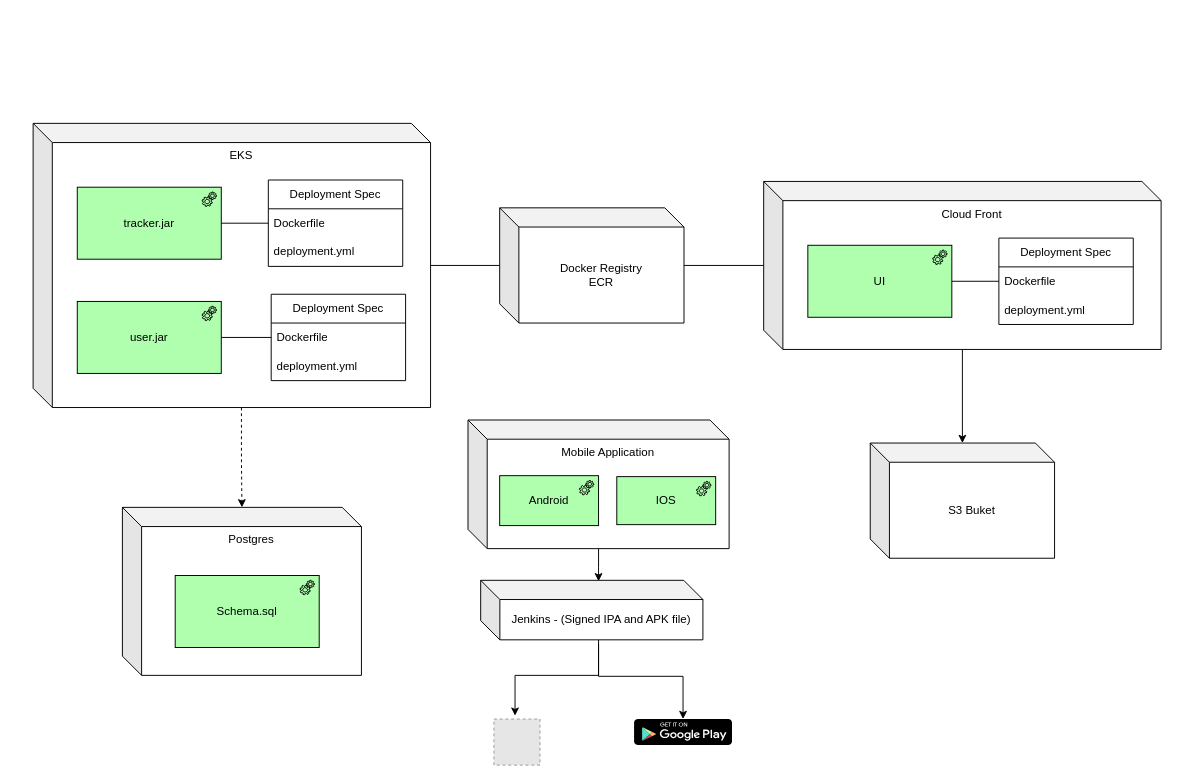
This is page "deployment.app" (2 of 32) of architecture/vote-system/diagrams/overall.architecture.drawio from codegik/team-red, a draw.io file, before an edit. Source tidied: cells renumbered, new cells numbered last; positions are measured from the earlier drawing's top-left corner, leaving out a move shared by most shapes. Both pictures are drawn from the tidied source at 96%, with x=0, y=0 at pixel (33, 123). Pictures stored in the file or linked from it are replaced by grey dashed boxes.
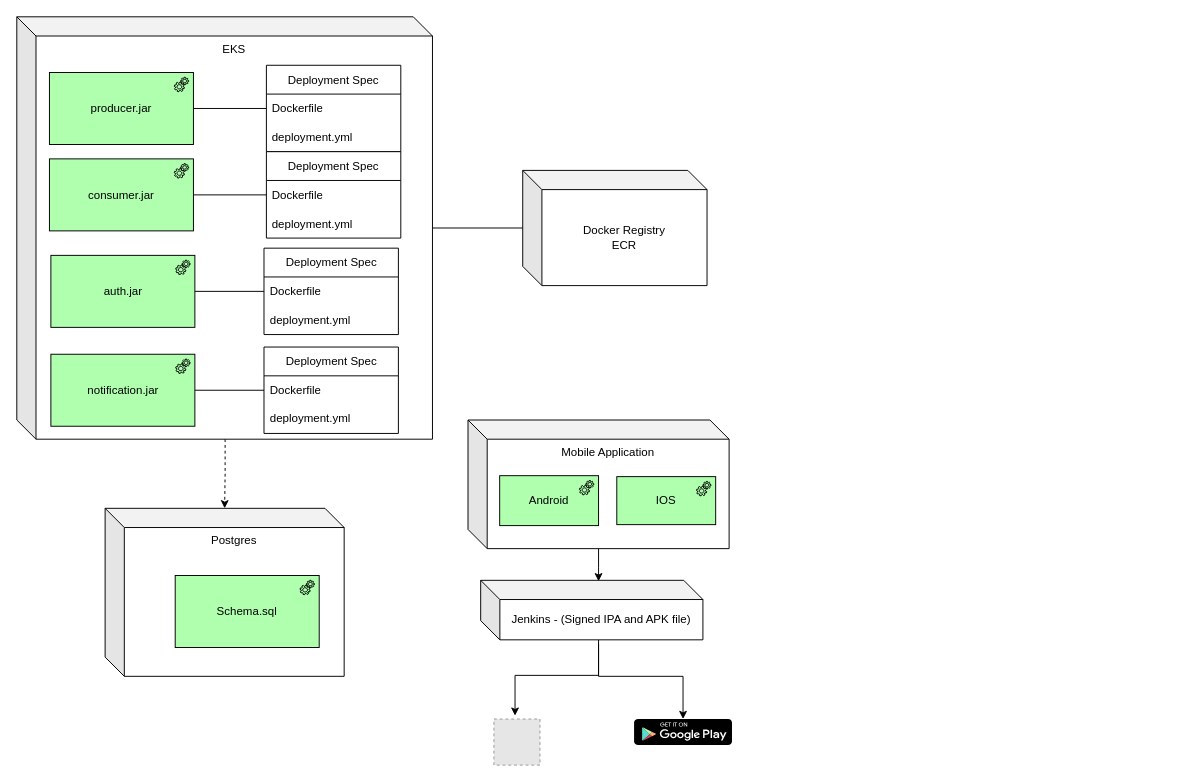
After the change.

Diff of the diagram source:
```diff
@@
     <mxCell id="3" value="EKS" style="shape=cube;whiteSpace=wrap;html=1;boundedLbl=1;backgroundOutline=1;darkOpacity=0.05;darkOpacity2=0.1;verticalAlign=top;" parent="1" vertex="1">
-      <mxGeometry width="414" height="296" as="geometry" />
+      <mxGeometry x="-17" y="-111" width="433" height="440" as="geometry" />
     </mxCell>
-    <mxCell id="4" value="tracker.jar" style="html=1;outlineConnect=0;whiteSpace=wrap;fillColor=#AFFFAF;shape=mxgraph.archimate3.application;appType=equipment;archiType=square;" parent="1" vertex="1">
-      <mxGeometry x="46" y="66.5" width="150" height="75" as="geometry" />
+    <mxCell id="4" value="producer.jar" style="html=1;outlineConnect=0;whiteSpace=wrap;fillColor=#AFFFAF;shape=mxgraph.archimate3.application;appType=equipment;archiType=square;" parent="1" vertex="1">
+      <mxGeometry x="17" y="-53" width="150" height="75" as="geometry" />
     </mxCell>
     <mxCell id="5" value="Deployment Spec" style="swimlane;fontStyle=0;horizontal=1;startSize=30;whiteSpace=wrap;html=1;" parent="1" vertex="1">
-      <mxGeometry x="245" y="59" width="140" height="90" as="geometry" />
+      <mxGeometry x="243" y="-60.5" width="140" height="90" as="geometry" />
     </mxCell>
@@
-    <mxCell id="8" value="user.jar" style="html=1;outlineConnect=0;whiteSpace=wrap;fillColor=#AFFFAF;shape=mxgraph.archimate3.application;appType=equipment;archiType=square;" parent="1" vertex="1">
-      <mxGeometry x="46" y="185.5" width="150" height="75" as="geometry" />
+    <mxCell id="8" value="auth.jar" style="html=1;outlineConnect=0;whiteSpace=wrap;fillColor=#AFFFAF;shape=mxgraph.archimate3.application;appType=equipment;archiType=square;" parent="1" vertex="1">
+      <mxGeometry x="18.5" y="137.5" width="150" height="75" as="geometry" />
     </mxCell>
     <mxCell id="9" value="Docker Registry&lt;br&gt;ECR" style="shape=cube;whiteSpace=wrap;html=1;boundedLbl=1;backgroundOutline=1;darkOpacity=0.05;darkOpacity2=0.1;" parent="1" vertex="1">
-      <mxGeometry x="486" y="88" width="192" height="120" as="geometry" />
+      <mxGeometry x="510" y="49" width="192" height="120" as="geometry" />
     </mxCell>
@@
-    <mxCell id="11" style="edgeStyle=orthogonalEdgeStyle;rounded=0;jettySize=auto;html=1;" parent="1" edge="1" source="12" target="26">
-      <mxGeometry relative="1" as="geometry" />
-    </mxCell>
-    <mxCell id="12" value="Cloud Front" style="shape=cube;whiteSpace=wrap;html=1;boundedLbl=1;backgroundOutline=1;darkOpacity=0.05;darkOpacity2=0.1;verticalAlign=top;" parent="1" vertex="1">
-      <mxGeometry x="761" y="60.5" width="414" height="175" as="geometry" />
-    </mxCell>
-    <mxCell id="13" style="edgeStyle=orthogonalEdgeStyle;rounded=0;jettySize=auto;html=1;endArrow=none;startFill=0;" parent="1" edge="1" source="14" target="15">
-      <mxGeometry relative="1" as="geometry" />
-    </mxCell>
-    <mxCell id="14" value="UI" style="html=1;outlineConnect=0;whiteSpace=wrap;fillColor=#AFFFAF;shape=mxgraph.archimate3.application;appType=equipment;archiType=square;" parent="1" vertex="1">
-      <mxGeometry x="807" y="127" width="150" height="75" as="geometry" />
-    </mxCell>
-    <mxCell id="15" value="Deployment Spec" style="swimlane;fontStyle=0;horizontal=1;startSize=30;whiteSpace=wrap;html=1;" parent="1" vertex="1">
-      <mxGeometry x="1006" y="119.5" width="140" height="90" as="geometry" />
-    </mxCell>
-    <mxCell id="16" value="Dockerfile" style="text;strokeColor=none;fillColor=none;align=left;verticalAlign=middle;spacingLeft=4;spacingRight=4;overflow=hidden;whiteSpace=wrap;html=1;" parent="15" vertex="1">
-      <mxGeometry y="30" width="140" height="30" as="geometry" />
-    </mxCell>
-    <mxCell id="17" value="deployment.yml" style="text;strokeColor=none;fillColor=none;align=left;verticalAlign=middle;spacingLeft=4;spacingRight=4;overflow=hidden;whiteSpace=wrap;html=1;" parent="15" vertex="1">
-      <mxGeometry y="60" width="140" height="30" as="geometry" />
-    </mxCell>
-    <mxCell id="18" style="edgeStyle=orthogonalEdgeStyle;rounded=0;jettySize=auto;html=1;endArrow=none;startFill=0;" parent="1" edge="1" source="9" target="12">
-      <mxGeometry relative="1" as="geometry" />
-    </mxCell>
     <mxCell id="19" value="Postgres" style="shape=cube;whiteSpace=wrap;html=1;boundedLbl=1;backgroundOutline=1;darkOpacity=0.05;darkOpacity2=0.1;verticalAlign=top;" parent="1" vertex="1">
-      <mxGeometry x="93" y="400" width="249" height="175" as="geometry" />
+      <mxGeometry x="75" y="401" width="249" height="175" as="geometry" />
     </mxCell>
@@
     <mxCell id="21" value="Deployment Spec" style="swimlane;fontStyle=0;horizontal=1;startSize=30;whiteSpace=wrap;html=1;" parent="1" vertex="1">
-      <mxGeometry x="248" y="178" width="140" height="90" as="geometry" />
+      <mxGeometry x="240.5" y="130" width="140" height="90" as="geometry" />
     </mxCell>
@@
-    <mxCell id="26" value="S3 Buket" style="shape=cube;whiteSpace=wrap;html=1;boundedLbl=1;backgroundOutline=1;darkOpacity=0.05;darkOpacity2=0.1;" parent="1" vertex="1">
-      <mxGeometry x="872" y="333" width="192" height="120" as="geometry" />
-    </mxCell>
@@
+    <mxCell id="36" value="consumer.jar" style="html=1;outlineConnect=0;whiteSpace=wrap;fillColor=#AFFFAF;shape=mxgraph.archimate3.application;appType=equipment;archiType=square;" parent="1" vertex="1">
+      <mxGeometry x="17" y="37" width="150" height="75" as="geometry" />
+    </mxCell>
+    <mxCell id="37" value="Deployment Spec" style="swimlane;fontStyle=0;horizontal=1;startSize=30;whiteSpace=wrap;html=1;" parent="1" vertex="1">
+      <mxGeometry x="243" y="29.5" width="140" height="90" as="geometry" />
+    </mxCell>
+    <mxCell id="38" value="Dockerfile" style="text;strokeColor=none;fillColor=none;align=left;verticalAlign=middle;spacingLeft=4;spacingRight=4;overflow=hidden;whiteSpace=wrap;html=1;" parent="37" vertex="1">
+      <mxGeometry y="30" width="140" height="30" as="geometry" />
+    </mxCell>
+    <mxCell id="39" value="deployment.yml" style="text;strokeColor=none;fillColor=none;align=left;verticalAlign=middle;spacingLeft=4;spacingRight=4;overflow=hidden;whiteSpace=wrap;html=1;" parent="37" vertex="1">
+      <mxGeometry y="60" width="140" height="30" as="geometry" />
+    </mxCell>
+    <mxCell id="40" style="edgeStyle=orthogonalEdgeStyle;rounded=0;jettySize=auto;html=1;endArrow=none;startFill=0;" parent="1" edge="1" source="36" target="37">
+      <mxGeometry relative="1" as="geometry" />
+    </mxCell>
+    <mxCell id="41" value="notification.jar" style="html=1;outlineConnect=0;whiteSpace=wrap;fillColor=#AFFFAF;shape=mxgraph.archimate3.application;appType=equipment;archiType=square;" parent="1" vertex="1">
+      <mxGeometry x="18.5" y="240.5" width="150" height="75" as="geometry" />
+    </mxCell>
+    <mxCell id="42" value="Deployment Spec" style="swimlane;fontStyle=0;horizontal=1;startSize=30;whiteSpace=wrap;html=1;" parent="1" vertex="1">
+      <mxGeometry x="240.5" y="233" width="140" height="90" as="geometry" />
+    </mxCell>
+    <mxCell id="43" value="Dockerfile" style="text;strokeColor=none;fillColor=none;align=left;verticalAlign=middle;spacingLeft=4;spacingRight=4;overflow=hidden;whiteSpace=wrap;html=1;" parent="42" vertex="1">
+      <mxGeometry y="30" width="140" height="30" as="geometry" />
+    </mxCell>
+    <mxCell id="44" value="deployment.yml" style="text;strokeColor=none;fillColor=none;align=left;verticalAlign=middle;spacingLeft=4;spacingRight=4;overflow=hidden;whiteSpace=wrap;html=1;" parent="42" vertex="1">
+      <mxGeometry y="60" width="140" height="30" as="geometry" />
+    </mxCell>
+    <mxCell id="45" style="edgeStyle=orthogonalEdgeStyle;rounded=0;jettySize=auto;html=1;endArrow=none;startFill=0;" parent="1" edge="1" source="41" target="42">
+      <mxGeometry relative="1" as="geometry" />
+    </mxCell>
```
